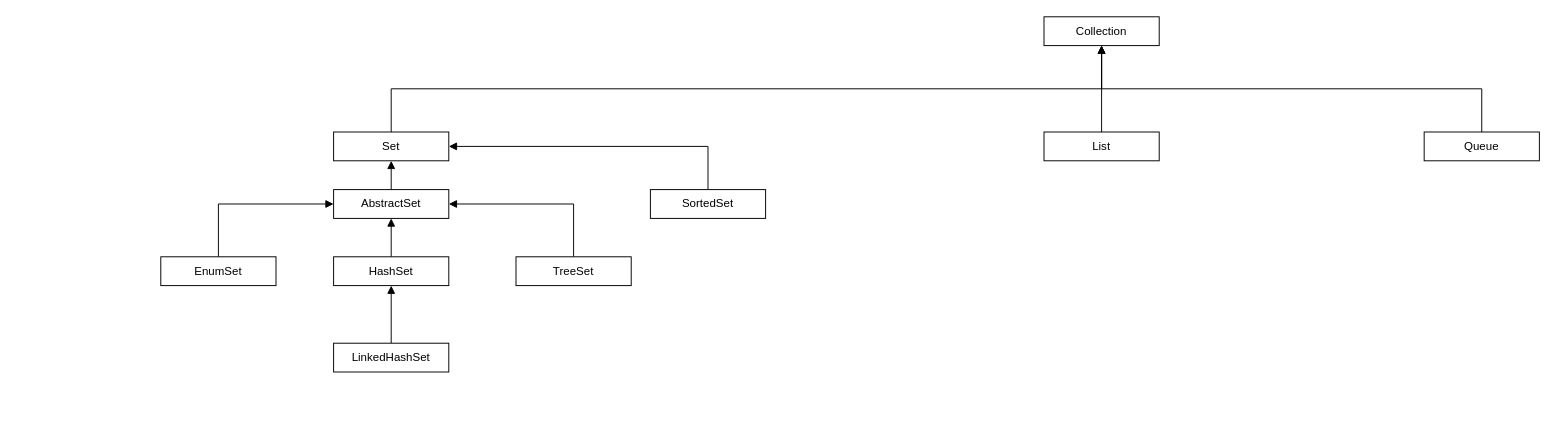
Forri1996/draw.io keeps this draw.io diagram as java-collection.drawio. Above is the earlier version. Source tidied: cells renumbered, new cells numbered last; positions are measured from the earlier drawing's top-left corner, leaving out a move shared by most shapes. Both pictures are drawn from the tidied source at 96%, with x=0, y=0 at pixel (160, 16).
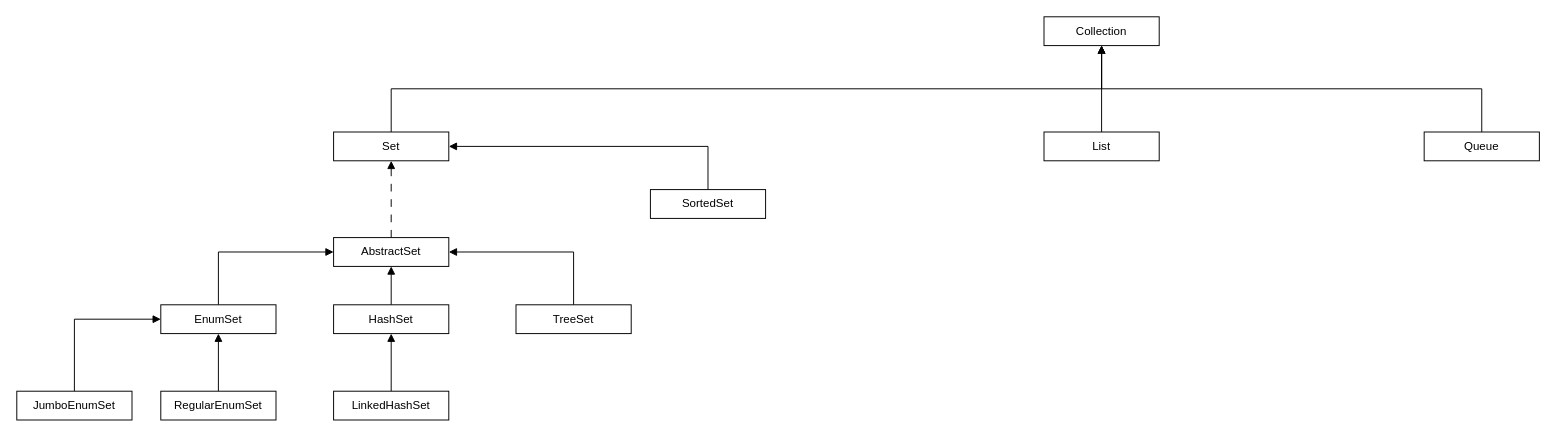
Above is the later version.

Commit message:
set 集合继承关系整理

The change refers to these unchanged cells:
```xml
<mxCell id="4" value="Set" style="rounded=0;whiteSpace=wrap;html=1;" parent="1" vertex="1">
  <mxGeometry x="180" y="120" width="120" height="30" as="geometry" />
</mxCell>
```

Change to the diagram source:
```diff
@@
-    <mxCell id="9" style="edgeStyle=orthogonalEdgeStyle;rounded=0;jettySize=auto;html=1;exitX=0.5;exitY=0;exitDx=0;exitDy=0;entryX=0.5;entryY=1;entryDx=0;entryDy=0;endArrow=block;endFill=1;" parent="1" edge="1" source="10" target="4">
+    <mxCell id="9" style="edgeStyle=orthogonalEdgeStyle;rounded=0;jettySize=auto;html=1;exitX=0.5;exitY=0;exitDx=0;exitDy=0;entryX=0.5;entryY=1;entryDx=0;entryDy=0;endArrow=block;endFill=1;dashed=1;dashPattern=8 8;" parent="1" edge="1" source="10" target="4">
       <mxGeometry relative="1" as="geometry" />
     </mxCell>
     <mxCell id="10" value="AbstractSet" style="rounded=0;whiteSpace=wrap;html=1;" parent="1" vertex="1">
-      <mxGeometry x="180" y="180" width="120" height="30" as="geometry" />
+      <mxGeometry x="180" y="230" width="120" height="30" as="geometry" />
     </mxCell>
@@
     <mxCell id="12" value="HashSet" style="rounded=0;whiteSpace=wrap;html=1;" parent="1" vertex="1">
-      <mxGeometry x="180" y="250" width="120" height="30" as="geometry" />
+      <mxGeometry x="180" y="300" width="120" height="30" as="geometry" />
     </mxCell>
@@
     <mxCell id="14" value="EnumSet" style="rounded=0;whiteSpace=wrap;html=1;" parent="1" vertex="1">
-      <mxGeometry y="250" width="120" height="30" as="geometry" />
+      <mxGeometry y="300" width="120" height="30" as="geometry" />
     </mxCell>
@@
     <mxCell id="16" value="TreeSet" style="rounded=0;whiteSpace=wrap;html=1;" parent="1" vertex="1">
-      <mxGeometry x="370" y="250" width="120" height="30" as="geometry" />
+      <mxGeometry x="370" y="300" width="120" height="30" as="geometry" />
     </mxCell>
@@
     <mxCell id="18" value="LinkedHashSet" style="rounded=0;whiteSpace=wrap;html=1;" parent="1" vertex="1">
-      <mxGeometry x="180" y="340" width="120" height="30" as="geometry" />
+      <mxGeometry x="180" y="390" width="120" height="30" as="geometry" />
     </mxCell>
@@
+    <mxCell id="21" style="edgeStyle=orthogonalEdgeStyle;rounded=0;jettySize=auto;html=1;exitX=0.5;exitY=0;exitDx=0;exitDy=0;entryX=0;entryY=0.5;entryDx=0;entryDy=0;endArrow=block;endFill=1;" parent="1" edge="1" source="22" target="14">
+      <mxGeometry relative="1" as="geometry" />
+    </mxCell>
+    <mxCell id="22" value="JumboEnumSet" style="rounded=0;whiteSpace=wrap;html=1;" parent="1" vertex="1">
+      <mxGeometry x="-150" y="390" width="120" height="30" as="geometry" />
+    </mxCell>
+    <mxCell id="23" style="edgeStyle=orthogonalEdgeStyle;rounded=0;jettySize=auto;html=1;endArrow=block;endFill=1;" parent="1" edge="1" source="24" target="14">
+      <mxGeometry relative="1" as="geometry" />
+    </mxCell>
+    <mxCell id="24" value="RegularEnumSet" style="rounded=0;whiteSpace=wrap;html=1;" parent="1" vertex="1">
+      <mxGeometry y="390" width="120" height="30" as="geometry" />
+    </mxCell>
```
